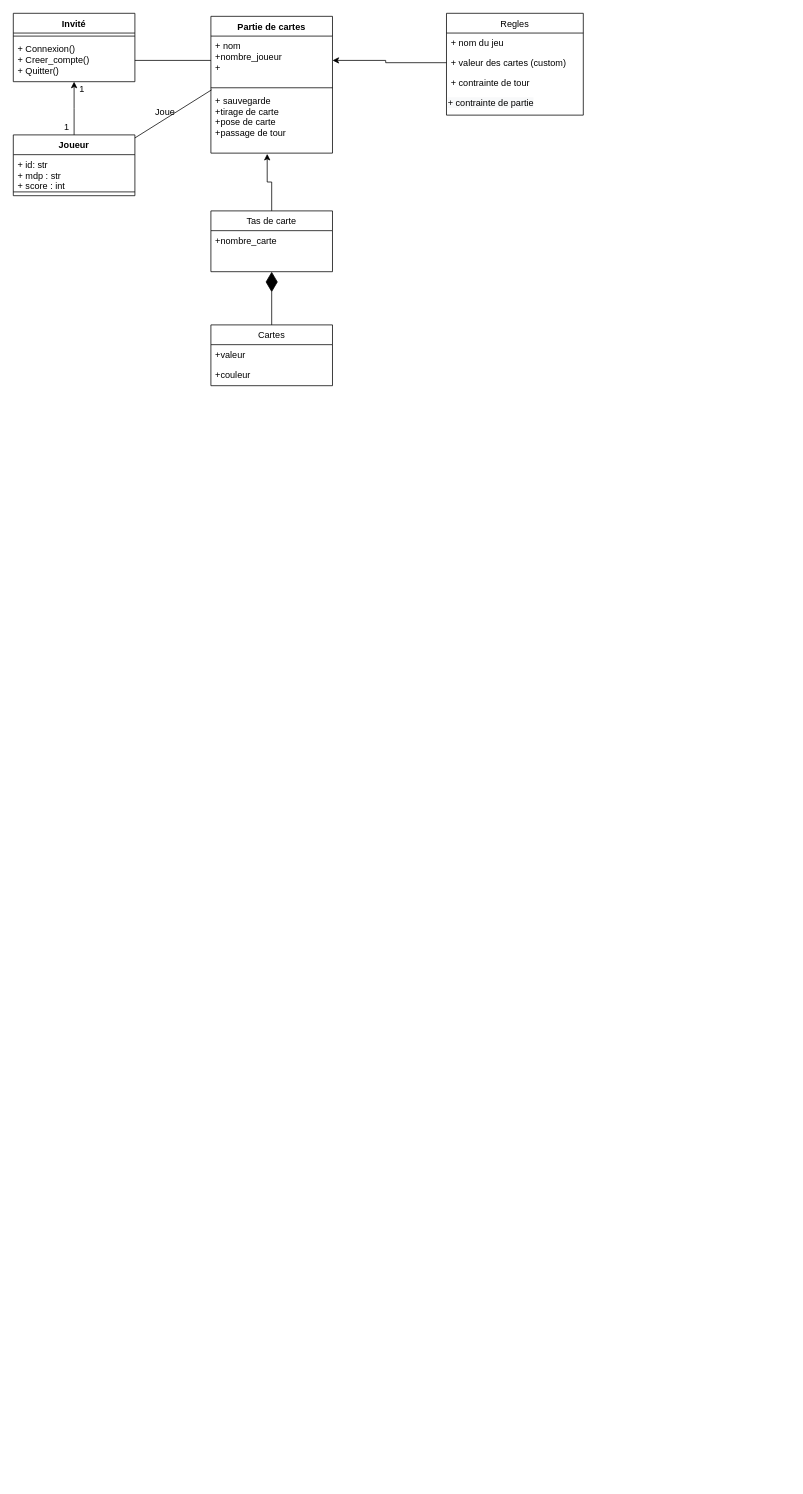
Earlier version of the draw.io diagram Diagrams/Entity Relationship Diagram.drawio (MailineN/ProjetInfo2A). Source tidied: cells renumbered, new cells numbered last; positions are measured from the earlier drawing's top-left corner, leaving out a move shared by most shapes. Both pictures are drawn from the tidied source at 76%, with x=0, y=0 at pixel (13, 13).
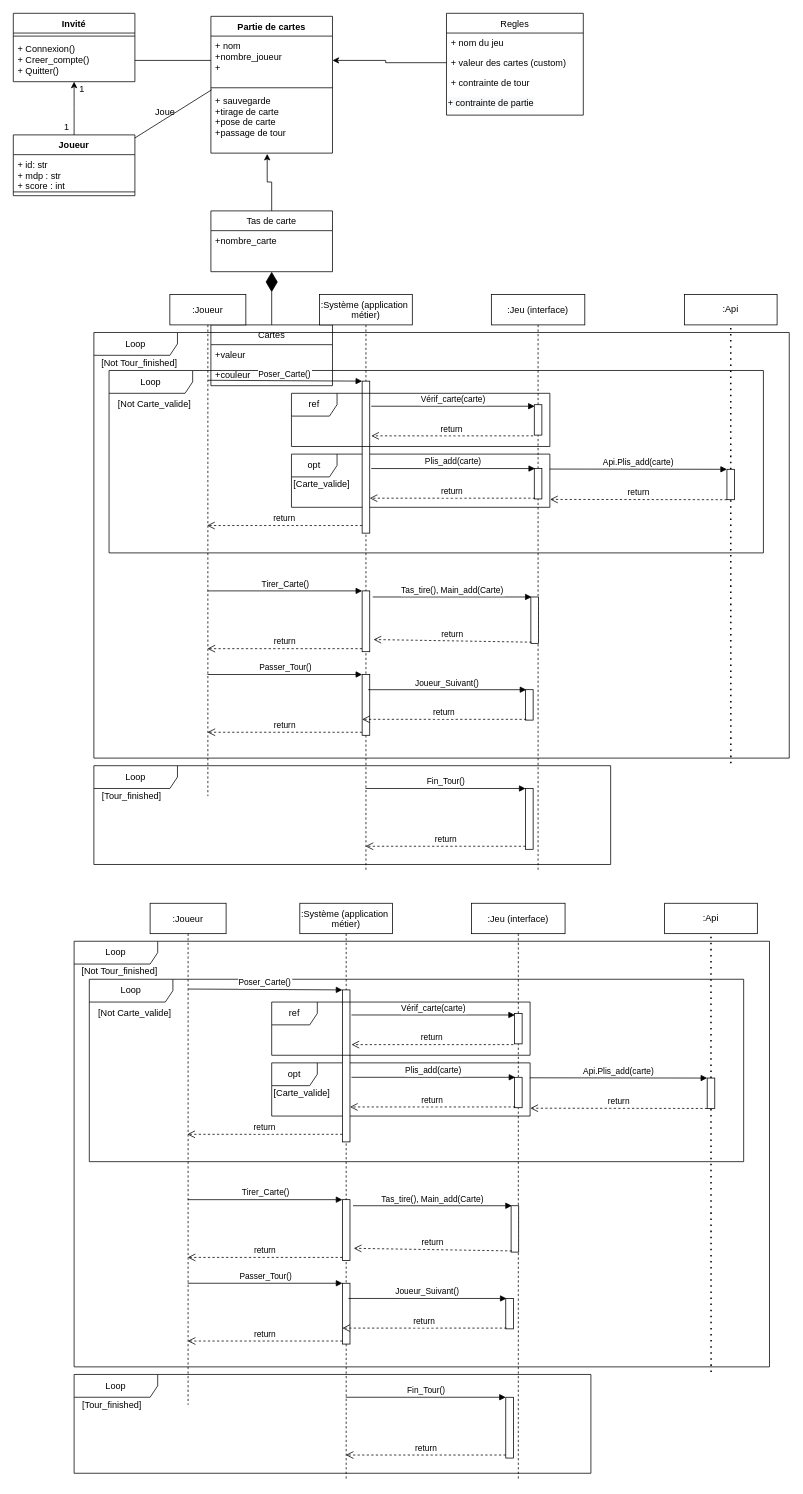
The same diagram, later.

The edit, as a diff of the source:
```diff
@@
+    <mxCell id="31" value="Loop" style="shape=umlFrame;whiteSpace=wrap;html=1;width=110;height=30;" parent="1" vertex="1">
+      <mxGeometry x="106" y="420" width="915" height="560" as="geometry" />
+    </mxCell>
+    <mxCell id="32" value="Loop" style="shape=umlFrame;whiteSpace=wrap;html=1;width=110;height=30;" parent="1" vertex="1">
+      <mxGeometry x="126" y="470" width="861" height="240" as="geometry" />
+    </mxCell>
+    <mxCell id="33" value="opt" style="shape=umlFrame;whiteSpace=wrap;html=1;" parent="1" vertex="1">
+      <mxGeometry x="366" y="580" width="340" height="70" as="geometry" />
+    </mxCell>
+    <mxCell id="34" value=":Joueur" style="shape=umlLifeline;perimeter=lifelinePerimeter;rounded=0;shadow=0;strokeWidth=1;" parent="1" vertex="1">
+      <mxGeometry x="206" y="370" width="100" height="660" as="geometry" />
+    </mxCell>
+    <mxCell id="35" value=":Système (application &#10;métier)" style="shape=umlLifeline;perimeter=lifelinePerimeter;rounded=0;shadow=0;strokeWidth=1;" parent="1" vertex="1">
+      <mxGeometry x="403" y="370" width="122" height="760" as="geometry" />
+    </mxCell>
+    <mxCell id="36" style="points=[];perimeter=orthogonalPerimeter;rounded=0;shadow=0;strokeWidth=1;" parent="35" vertex="1">
+      <mxGeometry x="56" y="114" width="10" height="200" as="geometry" />
+    </mxCell>
+    <mxCell id="37" style="html=1;points=[];perimeter=orthogonalPerimeter;" parent="35" vertex="1">
+      <mxGeometry x="56" y="390" width="10" height="80" as="geometry" />
+    </mxCell>
+    <mxCell id="38" style="html=1;points=[];perimeter=orthogonalPerimeter;" parent="35" vertex="1">
+      <mxGeometry x="56" y="500" width="10" height="80" as="geometry" />
+    </mxCell>
+    <mxCell id="39" value="return" style="verticalAlign=bottom;endArrow=open;dashed=1;endSize=8;exitX=0;exitY=0.95;shadow=0;strokeWidth=1;" parent="1" edge="1" source="36">
+      <mxGeometry relative="1" as="geometry">
+        <mxPoint x="255" y="674" as="targetPoint" />
+      </mxGeometry>
+    </mxCell>
+    <mxCell id="40" value="Poser_Carte()" style="verticalAlign=bottom;endArrow=block;entryX=0;entryY=0;shadow=0;strokeWidth=1;exitX=0.502;exitY=0.171;exitDx=0;exitDy=0;exitPerimeter=0;" parent="1" edge="1" source="34" target="36">
+      <mxGeometry relative="1" as="geometry" />
+    </mxCell>
+    <mxCell id="41" value=":Jeu (interface)" style="shape=umlLifeline;perimeter=lifelinePerimeter;rounded=0;shadow=0;strokeWidth=1;" parent="1" vertex="1">
+      <mxGeometry x="629" y="370" width="123" height="760" as="geometry" />
+    </mxCell>
+    <mxCell id="42" style="points=[];perimeter=orthogonalPerimeter;rounded=0;shadow=0;strokeWidth=1;" parent="41" vertex="1">
+      <mxGeometry x="56.5" y="229" width="10" height="40" as="geometry" />
+    </mxCell>
+    <mxCell id="43" style="points=[];perimeter=orthogonalPerimeter;rounded=0;shadow=0;strokeWidth=1;" parent="41" vertex="1">
+      <mxGeometry x="45" y="520" width="10" height="40" as="geometry" />
+    </mxCell>
+    <mxCell id="44" value="Joueur_Suivant()" style="verticalAlign=bottom;endArrow=block;shadow=0;strokeWidth=1;entryX=0.1;entryY=0;entryDx=0;entryDy=0;entryPerimeter=0;" parent="41" edge="1" target="43">
+      <mxGeometry relative="1" as="geometry">
+        <mxPoint x="-162" y="520" as="sourcePoint" />
+      </mxGeometry>
+    </mxCell>
+    <mxCell id="45" value="return" style="verticalAlign=bottom;endArrow=open;dashed=1;endSize=8;exitX=0.1;exitY=0.975;shadow=0;strokeWidth=1;exitDx=0;exitDy=0;exitPerimeter=0;" parent="41" edge="1" source="43">
+      <mxGeometry relative="1" as="geometry">
+        <mxPoint x="-170" y="559" as="targetPoint" />
+      </mxGeometry>
+    </mxCell>
+    <mxCell id="46" style="html=1;points=[];perimeter=orthogonalPerimeter;" parent="41" vertex="1">
+      <mxGeometry x="45" y="650" width="10" height="80" as="geometry" />
+    </mxCell>
+    <mxCell id="47" value="Plis_add(carte)" style="verticalAlign=bottom;endArrow=block;shadow=0;strokeWidth=1;entryX=0.1;entryY=0;entryDx=0;entryDy=0;entryPerimeter=0;" parent="1" edge="1" target="42">
+      <mxGeometry relative="1" as="geometry">
+        <mxPoint x="471" y="599" as="sourcePoint" />
+      </mxGeometry>
+    </mxCell>
+    <mxCell id="48" value="return" style="verticalAlign=bottom;endArrow=open;dashed=1;endSize=8;exitX=0.1;exitY=0.975;shadow=0;strokeWidth=1;exitDx=0;exitDy=0;exitPerimeter=0;" parent="1" edge="1" source="42">
+      <mxGeometry relative="1" as="geometry">
+        <mxPoint x="469" y="638" as="targetPoint" />
+      </mxGeometry>
+    </mxCell>
+    <mxCell id="49" value="ref" style="shape=umlFrame;whiteSpace=wrap;html=1;" parent="1" vertex="1">
+      <mxGeometry x="366" y="500" width="340" height="70" as="geometry" />
+    </mxCell>
+    <mxCell id="50" value="[Carte_valide]" style="text;html=1;strokeColor=none;fillColor=none;align=center;verticalAlign=middle;whiteSpace=wrap;rounded=0;" parent="1" vertex="1">
+      <mxGeometry x="316" y="610" width="180" height="20" as="geometry" />
+    </mxCell>
+    <mxCell id="51" value="[Not Carte_valide]" style="text;html=1;strokeColor=none;fillColor=none;align=center;verticalAlign=middle;whiteSpace=wrap;rounded=0;" parent="1" vertex="1">
+      <mxGeometry x="96" y="505" width="180" height="20" as="geometry" />
+    </mxCell>
+    <mxCell id="52" value="Tirer_Carte()" style="html=1;verticalAlign=bottom;endArrow=block;entryX=0;entryY=0;" parent="1" edge="1" source="34" target="37">
+      <mxGeometry relative="1" as="geometry" />
+    </mxCell>
+    <mxCell id="53" value="return" style="html=1;verticalAlign=bottom;endArrow=open;dashed=1;endSize=8;exitX=0;exitY=0.95;" parent="1" edge="1" source="37" target="34">
+      <mxGeometry relative="1" as="geometry" />
+    </mxCell>
+    <mxCell id="54" style="points=[];perimeter=orthogonalPerimeter;rounded=0;shadow=0;strokeWidth=1;" parent="1" vertex="1">
+      <mxGeometry x="681" y="768" width="10" height="61" as="geometry" />
+    </mxCell>
+    <mxCell id="55" value="Tas_tire(), Main_add(Carte)" style="verticalAlign=bottom;endArrow=block;shadow=0;strokeWidth=1;entryX=0.1;entryY=0;entryDx=0;entryDy=0;entryPerimeter=0;" parent="1" edge="1" target="54">
+      <mxGeometry relative="1" as="geometry">
+        <mxPoint x="473" y="768" as="sourcePoint" />
+      </mxGeometry>
+    </mxCell>
+    <mxCell id="56" value="return" style="verticalAlign=bottom;endArrow=open;dashed=1;endSize=8;exitX=0.1;exitY=0.975;shadow=0;strokeWidth=1;exitDx=0;exitDy=0;exitPerimeter=0;" parent="1" edge="1" source="54">
+      <mxGeometry relative="1" as="geometry">
+        <mxPoint x="474" y="824" as="targetPoint" />
+      </mxGeometry>
+    </mxCell>
+    <mxCell id="57" value="Passer_Tour()" style="html=1;verticalAlign=bottom;endArrow=block;entryX=0;entryY=0;" parent="1" edge="1" source="34" target="38">
+      <mxGeometry relative="1" as="geometry" />
+    </mxCell>
+    <mxCell id="58" value="return" style="html=1;verticalAlign=bottom;endArrow=open;dashed=1;endSize=8;exitX=0;exitY=0.95;" parent="1" edge="1" source="38" target="34">
+      <mxGeometry relative="1" as="geometry" />
+    </mxCell>
+    <mxCell id="59" value="[Not Tour_finished]" style="text;html=1;strokeColor=none;fillColor=none;align=center;verticalAlign=middle;whiteSpace=wrap;rounded=0;" parent="1" vertex="1">
+      <mxGeometry x="76" y="450" width="180" height="20" as="geometry" />
+    </mxCell>
+    <mxCell id="60" value="Fin_Tour()" style="html=1;verticalAlign=bottom;endArrow=block;entryX=0;entryY=0;" parent="1" edge="1" source="35" target="46">
+      <mxGeometry relative="1" as="geometry" />
+    </mxCell>
+    <mxCell id="61" value="return" style="html=1;verticalAlign=bottom;endArrow=open;dashed=1;endSize=8;exitX=0;exitY=0.95;" parent="1" edge="1" source="46" target="35">
+      <mxGeometry relative="1" as="geometry" />
+    </mxCell>
+    <mxCell id="62" value="Loop" style="shape=umlFrame;whiteSpace=wrap;html=1;width=110;height=30;" parent="1" vertex="1">
+      <mxGeometry x="106" y="990" width="680" height="130" as="geometry" />
+    </mxCell>
+    <mxCell id="63" value="[Tour_finished]" style="text;html=1;strokeColor=none;fillColor=none;align=center;verticalAlign=middle;whiteSpace=wrap;rounded=0;" parent="1" vertex="1">
+      <mxGeometry x="66" y="1020" width="180" height="20" as="geometry" />
+    </mxCell>
+    <mxCell id="64" style="points=[];perimeter=orthogonalPerimeter;rounded=0;shadow=0;strokeWidth=1;" parent="1" vertex="1">
+      <mxGeometry x="685.5" y="515" width="10" height="40" as="geometry" />
+    </mxCell>
+    <mxCell id="65" value="Vérif_carte(carte)" style="verticalAlign=bottom;endArrow=block;shadow=0;strokeWidth=1;entryX=0.05;entryY=0.05;entryDx=0;entryDy=0;entryPerimeter=0;" parent="1" edge="1" target="64">
+      <mxGeometry relative="1" as="geometry">
+        <mxPoint x="471" y="517" as="sourcePoint" />
+      </mxGeometry>
+    </mxCell>
+    <mxCell id="66" value="return" style="verticalAlign=bottom;endArrow=open;dashed=1;endSize=8;shadow=0;strokeWidth=1;" parent="1" edge="1">
+      <mxGeometry relative="1" as="geometry">
+        <mxPoint x="684" y="556" as="sourcePoint" />
+        <mxPoint x="471" y="556" as="targetPoint" />
+      </mxGeometry>
+    </mxCell>
+    <mxCell id="67" value=":Api" style="rounded=0;whiteSpace=wrap;html=1;" parent="1" vertex="1">
+      <mxGeometry x="883" y="370" width="122" height="40" as="geometry" />
+    </mxCell>
+    <mxCell id="68" style="endArrow=none;dashed=1;html=1;dashPattern=1 3;strokeWidth=2;entryX=0.5;entryY=1;entryDx=0;entryDy=0;" parent="1" edge="1" source="69" target="67">
+      <mxGeometry relative="1" as="geometry" />
+    </mxCell>
+    <mxCell id="69" style="points=[];perimeter=orthogonalPerimeter;rounded=0;shadow=0;strokeWidth=1;" parent="1" vertex="1">
+      <mxGeometry x="939" y="600" width="10" height="40" as="geometry" />
+    </mxCell>
+    <mxCell id="70" style="endArrow=none;dashed=1;html=1;dashPattern=1 3;strokeWidth=2;entryX=0.5;entryY=1;entryDx=0;entryDy=0;exitX=0.916;exitY=1.012;exitDx=0;exitDy=0;exitPerimeter=0;" parent="1" edge="1" source="31" target="69">
+      <mxGeometry relative="1" as="geometry" />
+    </mxCell>
+    <mxCell id="71" value="Api.Plis_add(carte)" style="verticalAlign=bottom;endArrow=block;shadow=0;strokeWidth=1;entryX=0.1;entryY=0;entryDx=0;entryDy=0;entryPerimeter=0;exitX=0.999;exitY=0.281;exitDx=0;exitDy=0;exitPerimeter=0;" parent="1" edge="1" source="33">
+      <mxGeometry relative="1" as="geometry">
+        <mxPoint x="939" y="600" as="targetPoint" />
+      </mxGeometry>
+    </mxCell>
+    <mxCell id="72" value="return" style="verticalAlign=bottom;endArrow=open;dashed=1;endSize=8;exitX=0.1;exitY=0.975;shadow=0;strokeWidth=1;exitDx=0;exitDy=0;exitPerimeter=0;entryX=1.001;entryY=0.852;entryDx=0;entryDy=0;entryPerimeter=0;" parent="1" edge="1" target="33">
+      <mxGeometry relative="1" as="geometry">
+        <mxPoint x="939" y="640" as="sourcePoint" />
+      </mxGeometry>
+    </mxCell>
+    <mxCell id="73" value="Loop" style="shape=umlFrame;whiteSpace=wrap;html=1;width=110;height=30;" parent="1" vertex="1">
+      <mxGeometry x="80" y="1221" width="915" height="560" as="geometry" />
+    </mxCell>
+    <mxCell id="74" value="Loop" style="shape=umlFrame;whiteSpace=wrap;html=1;width=110;height=30;" parent="1" vertex="1">
+      <mxGeometry x="100" y="1271" width="861" height="240" as="geometry" />
+    </mxCell>
+    <mxCell id="75" value="opt" style="shape=umlFrame;whiteSpace=wrap;html=1;" parent="1" vertex="1">
+      <mxGeometry x="340" y="1381" width="340" height="70" as="geometry" />
+    </mxCell>
+    <mxCell id="76" value=":Joueur" style="shape=umlLifeline;perimeter=lifelinePerimeter;rounded=0;shadow=0;strokeWidth=1;" parent="1" vertex="1">
+      <mxGeometry x="180" y="1171" width="100" height="660" as="geometry" />
+    </mxCell>
+    <mxCell id="77" value=":Système (application &#10;métier)" style="shape=umlLifeline;perimeter=lifelinePerimeter;rounded=0;shadow=0;strokeWidth=1;" parent="1" vertex="1">
+      <mxGeometry x="377" y="1171" width="122" height="760" as="geometry" />
+    </mxCell>
+    <mxCell id="78" style="points=[];perimeter=orthogonalPerimeter;rounded=0;shadow=0;strokeWidth=1;" parent="77" vertex="1">
+      <mxGeometry x="56" y="114" width="10" height="200" as="geometry" />
+    </mxCell>
+    <mxCell id="79" style="html=1;points=[];perimeter=orthogonalPerimeter;" parent="77" vertex="1">
+      <mxGeometry x="56" y="390" width="10" height="80" as="geometry" />
+    </mxCell>
+    <mxCell id="80" style="html=1;points=[];perimeter=orthogonalPerimeter;" parent="77" vertex="1">
+      <mxGeometry x="56" y="500" width="10" height="80" as="geometry" />
+    </mxCell>
+    <mxCell id="81" value="return" style="verticalAlign=bottom;endArrow=open;dashed=1;endSize=8;exitX=0;exitY=0.95;shadow=0;strokeWidth=1;" parent="1" edge="1" source="78">
+      <mxGeometry relative="1" as="geometry">
+        <mxPoint x="229" y="1475" as="targetPoint" />
+      </mxGeometry>
+    </mxCell>
+    <mxCell id="82" value="Poser_Carte()" style="verticalAlign=bottom;endArrow=block;entryX=0;entryY=0;shadow=0;strokeWidth=1;exitX=0.502;exitY=0.171;exitDx=0;exitDy=0;exitPerimeter=0;" parent="1" edge="1" source="76" target="78">
+      <mxGeometry relative="1" as="geometry" />
+    </mxCell>
+    <mxCell id="83" value=":Jeu (interface)" style="shape=umlLifeline;perimeter=lifelinePerimeter;rounded=0;shadow=0;strokeWidth=1;" parent="1" vertex="1">
+      <mxGeometry x="603" y="1171" width="123" height="760" as="geometry" />
+    </mxCell>
+    <mxCell id="84" style="points=[];perimeter=orthogonalPerimeter;rounded=0;shadow=0;strokeWidth=1;" parent="83" vertex="1">
+      <mxGeometry x="56.5" y="229" width="10" height="40" as="geometry" />
+    </mxCell>
+    <mxCell id="85" style="points=[];perimeter=orthogonalPerimeter;rounded=0;shadow=0;strokeWidth=1;" parent="83" vertex="1">
+      <mxGeometry x="45" y="520" width="10" height="40" as="geometry" />
+    </mxCell>
+    <mxCell id="86" value="Joueur_Suivant()" style="verticalAlign=bottom;endArrow=block;shadow=0;strokeWidth=1;entryX=0.1;entryY=0;entryDx=0;entryDy=0;entryPerimeter=0;" parent="83" edge="1" target="85">
+      <mxGeometry relative="1" as="geometry">
+        <mxPoint x="-162" y="520" as="sourcePoint" />
+      </mxGeometry>
+    </mxCell>
+    <mxCell id="87" value="return" style="verticalAlign=bottom;endArrow=open;dashed=1;endSize=8;exitX=0.1;exitY=0.975;shadow=0;strokeWidth=1;exitDx=0;exitDy=0;exitPerimeter=0;" parent="83" edge="1" source="85">
+      <mxGeometry relative="1" as="geometry">
+        <mxPoint x="-170" y="559" as="targetPoint" />
+      </mxGeometry>
+    </mxCell>
+    <mxCell id="88" style="html=1;points=[];perimeter=orthogonalPerimeter;" parent="83" vertex="1">
+      <mxGeometry x="45" y="650" width="10" height="80" as="geometry" />
+    </mxCell>
+    <mxCell id="89" value="Plis_add(carte)" style="verticalAlign=bottom;endArrow=block;shadow=0;strokeWidth=1;entryX=0.1;entryY=0;entryDx=0;entryDy=0;entryPerimeter=0;" parent="1" edge="1" target="84">
+      <mxGeometry relative="1" as="geometry">
+        <mxPoint x="445" y="1400" as="sourcePoint" />
+      </mxGeometry>
+    </mxCell>
+    <mxCell id="90" value="return" style="verticalAlign=bottom;endArrow=open;dashed=1;endSize=8;exitX=0.1;exitY=0.975;shadow=0;strokeWidth=1;exitDx=0;exitDy=0;exitPerimeter=0;" parent="1" edge="1" source="84">
+      <mxGeometry relative="1" as="geometry">
+        <mxPoint x="443" y="1439" as="targetPoint" />
+      </mxGeometry>
+    </mxCell>
+    <mxCell id="91" value="ref" style="shape=umlFrame;whiteSpace=wrap;html=1;" parent="1" vertex="1">
+      <mxGeometry x="340" y="1301" width="340" height="70" as="geometry" />
+    </mxCell>
+    <mxCell id="92" value="[Carte_valide]" style="text;html=1;strokeColor=none;fillColor=none;align=center;verticalAlign=middle;whiteSpace=wrap;rounded=0;" parent="1" vertex="1">
+      <mxGeometry x="290" y="1411" width="180" height="20" as="geometry" />
+    </mxCell>
+    <mxCell id="93" value="[Not Carte_valide]" style="text;html=1;strokeColor=none;fillColor=none;align=center;verticalAlign=middle;whiteSpace=wrap;rounded=0;" parent="1" vertex="1">
+      <mxGeometry x="70" y="1306" width="180" height="20" as="geometry" />
+    </mxCell>
+    <mxCell id="94" value="Tirer_Carte()" style="html=1;verticalAlign=bottom;endArrow=block;entryX=0;entryY=0;" parent="1" edge="1" source="76" target="79">
+      <mxGeometry relative="1" as="geometry" />
+    </mxCell>
+    <mxCell id="95" value="return" style="html=1;verticalAlign=bottom;endArrow=open;dashed=1;endSize=8;exitX=0;exitY=0.95;" parent="1" edge="1" source="79" target="76">
+      <mxGeometry relative="1" as="geometry" />
+    </mxCell>
+    <mxCell id="96" style="points=[];perimeter=orthogonalPerimeter;rounded=0;shadow=0;strokeWidth=1;" parent="1" vertex="1">
+      <mxGeometry x="655" y="1569" width="10" height="61" as="geometry" />
+    </mxCell>
+    <mxCell id="97" value="Tas_tire(), Main_add(Carte)" style="verticalAlign=bottom;endArrow=block;shadow=0;strokeWidth=1;entryX=0.1;entryY=0;entryDx=0;entryDy=0;entryPerimeter=0;" parent="1" edge="1" target="96">
+      <mxGeometry relative="1" as="geometry">
+        <mxPoint x="447" y="1569" as="sourcePoint" />
+      </mxGeometry>
+    </mxCell>
+    <mxCell id="98" value="return" style="verticalAlign=bottom;endArrow=open;dashed=1;endSize=8;exitX=0.1;exitY=0.975;shadow=0;strokeWidth=1;exitDx=0;exitDy=0;exitPerimeter=0;" parent="1" edge="1" source="96">
+      <mxGeometry relative="1" as="geometry">
+        <mxPoint x="448" y="1625" as="targetPoint" />
+      </mxGeometry>
+    </mxCell>
+    <mxCell id="99" value="Passer_Tour()" style="html=1;verticalAlign=bottom;endArrow=block;entryX=0;entryY=0;" parent="1" edge="1" source="76" target="80">
+      <mxGeometry relative="1" as="geometry" />
+    </mxCell>
+    <mxCell id="100" value="return" style="html=1;verticalAlign=bottom;endArrow=open;dashed=1;endSize=8;exitX=0;exitY=0.95;" parent="1" edge="1" source="80" target="76">
+      <mxGeometry relative="1" as="geometry" />
+    </mxCell>
+    <mxCell id="101" value="[Not Tour_finished]" style="text;html=1;strokeColor=none;fillColor=none;align=center;verticalAlign=middle;whiteSpace=wrap;rounded=0;" parent="1" vertex="1">
+      <mxGeometry x="50" y="1251" width="180" height="20" as="geometry" />
+    </mxCell>
+    <mxCell id="102" value="Fin_Tour()" style="html=1;verticalAlign=bottom;endArrow=block;entryX=0;entryY=0;" parent="1" edge="1" source="77" target="88">
+      <mxGeometry relative="1" as="geometry" />
+    </mxCell>
+    <mxCell id="103" value="return" style="html=1;verticalAlign=bottom;endArrow=open;dashed=1;endSize=8;exitX=0;exitY=0.95;" parent="1" edge="1" source="88" target="77">
+      <mxGeometry relative="1" as="geometry" />
+    </mxCell>
+    <mxCell id="104" value="Loop" style="shape=umlFrame;whiteSpace=wrap;html=1;width=110;height=30;" parent="1" vertex="1">
+      <mxGeometry x="80" y="1791" width="680" height="130" as="geometry" />
+    </mxCell>
+    <mxCell id="105" value="[Tour_finished]" style="text;html=1;strokeColor=none;fillColor=none;align=center;verticalAlign=middle;whiteSpace=wrap;rounded=0;" parent="1" vertex="1">
+      <mxGeometry x="40" y="1821" width="180" height="20" as="geometry" />
+    </mxCell>
+    <mxCell id="106" style="points=[];perimeter=orthogonalPerimeter;rounded=0;shadow=0;strokeWidth=1;" parent="1" vertex="1">
+      <mxGeometry x="659.5" y="1316" width="10" height="40" as="geometry" />
+    </mxCell>
+    <mxCell id="107" value="Vérif_carte(carte)" style="verticalAlign=bottom;endArrow=block;shadow=0;strokeWidth=1;entryX=0.05;entryY=0.05;entryDx=0;entryDy=0;entryPerimeter=0;" parent="1" edge="1" target="106">
+      <mxGeometry relative="1" as="geometry">
+        <mxPoint x="445" y="1318" as="sourcePoint" />
+      </mxGeometry>
+    </mxCell>
+    <mxCell id="108" value="return" style="verticalAlign=bottom;endArrow=open;dashed=1;endSize=8;shadow=0;strokeWidth=1;" parent="1" edge="1">
+      <mxGeometry relative="1" as="geometry">
+        <mxPoint x="658" y="1357" as="sourcePoint" />
+        <mxPoint x="445" y="1357" as="targetPoint" />
+      </mxGeometry>
+    </mxCell>
+    <mxCell id="109" value=":Api" style="rounded=0;whiteSpace=wrap;html=1;" parent="1" vertex="1">
+      <mxGeometry x="857" y="1171" width="122" height="40" as="geometry" />
+    </mxCell>
+    <mxCell id="110" style="endArrow=none;dashed=1;html=1;dashPattern=1 3;strokeWidth=2;entryX=0.5;entryY=1;entryDx=0;entryDy=0;" parent="1" edge="1" source="111" target="109">
+      <mxGeometry relative="1" as="geometry" />
+    </mxCell>
+    <mxCell id="111" style="points=[];perimeter=orthogonalPerimeter;rounded=0;shadow=0;strokeWidth=1;" parent="1" vertex="1">
+      <mxGeometry x="913" y="1401" width="10" height="40" as="geometry" />
+    </mxCell>
+    <mxCell id="112" style="endArrow=none;dashed=1;html=1;dashPattern=1 3;strokeWidth=2;entryX=0.5;entryY=1;entryDx=0;entryDy=0;exitX=0.916;exitY=1.012;exitDx=0;exitDy=0;exitPerimeter=0;" parent="1" edge="1" source="73" target="111">
+      <mxGeometry relative="1" as="geometry" />
+    </mxCell>
+    <mxCell id="113" value="Api.Plis_add(carte)" style="verticalAlign=bottom;endArrow=block;shadow=0;strokeWidth=1;entryX=0.1;entryY=0;entryDx=0;entryDy=0;entryPerimeter=0;exitX=0.999;exitY=0.281;exitDx=0;exitDy=0;exitPerimeter=0;" parent="1" edge="1" source="75">
+      <mxGeometry relative="1" as="geometry">
+        <mxPoint x="913" y="1401" as="targetPoint" />
+      </mxGeometry>
+    </mxCell>
+    <mxCell id="114" value="return" style="verticalAlign=bottom;endArrow=open;dashed=1;endSize=8;exitX=0.1;exitY=0.975;shadow=0;strokeWidth=1;exitDx=0;exitDy=0;exitPerimeter=0;entryX=1.001;entryY=0.852;entryDx=0;entryDy=0;entryPerimeter=0;" parent="1" edge="1" target="75">
+      <mxGeometry relative="1" as="geometry">
+        <mxPoint x="913" y="1441" as="sourcePoint" />
+      </mxGeometry>
+    </mxCell>
```
